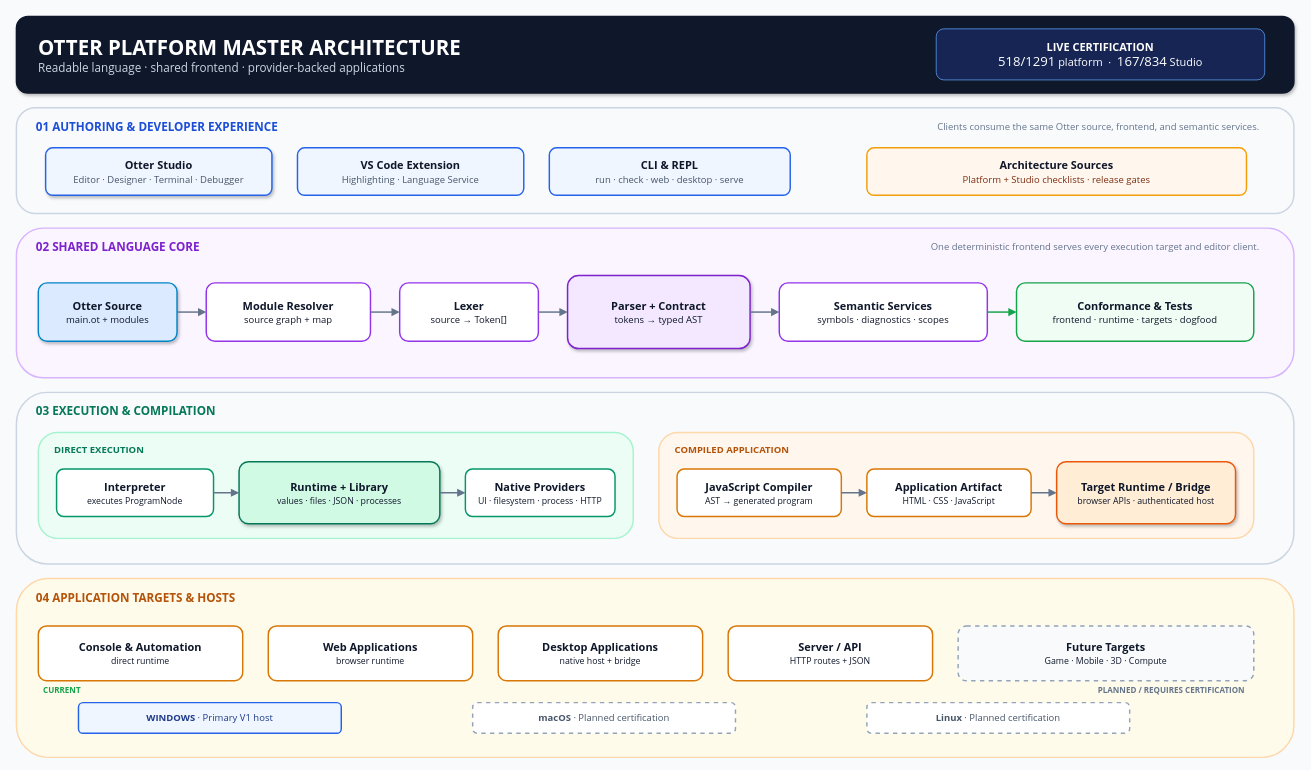
Above: docs/architecture/otter-master.drawio in Heavens-Lava/otterPS (draw.io), before the change. Source tidied: cells renumbered, new cells numbered last; positions are measured from the earlier drawing's top-left corner, leaving out a move shared by most shapes. Both pictures are drawn from the tidied source at 73%, with x=0, y=0 at pixel (16, 16).
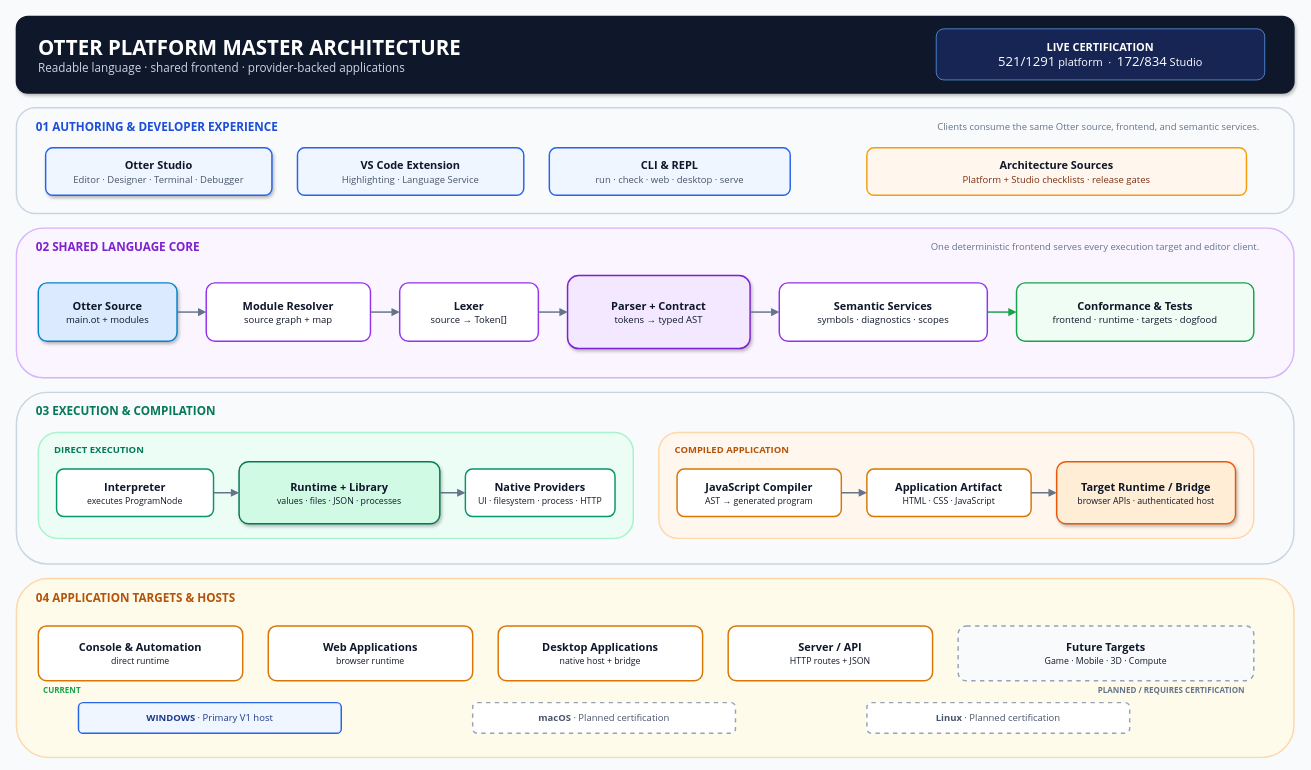
After the change.

Commit message (it also covers changes not shown here):
docs: certify Studio baseline and external refresh

The edit, as a diff of the source:
```diff
@@
-    <mxCell id="7" value="&lt;div&gt;&lt;b&gt;LIVE CERTIFICATION&lt;/b&gt;&lt;br&gt;&lt;span style=&quot;font-size:18px&quot;&gt;518/1291&lt;/span&gt; platform &amp;nbsp;·&amp;nbsp; &lt;span style=&quot;font-size:18px&quot;&gt;167/834&lt;/span&gt; Studio&lt;/div&gt;" style="rounded=1;whiteSpace=wrap;html=1;fontFamily=Segoe UI;fontSize=15;align=center;verticalAlign=middle;strokeWidth=2;fillColor=#172554;strokeColor=#60a5fa;fontColor=#ffffff;strokeWidth=1;" parent="1" vertex="1">
+    <mxCell id="7" value="&lt;div&gt;&lt;b&gt;LIVE CERTIFICATION&lt;/b&gt;&lt;br&gt;&lt;span style=&quot;font-size:18px&quot;&gt;521/1291&lt;/span&gt; platform &amp;nbsp;·&amp;nbsp; &lt;span style=&quot;font-size:18px&quot;&gt;172/834&lt;/span&gt; Studio&lt;/div&gt;" style="rounded=1;whiteSpace=wrap;html=1;fontFamily=Segoe UI;fontSize=15;align=center;verticalAlign=middle;strokeWidth=2;fillColor=#172554;strokeColor=#60a5fa;fontColor=#ffffff;strokeWidth=1;" parent="1" vertex="1">
       <mxGeometry x="1260" y="17" width="450" height="70" as="geometry" />
     </mxCell>
```
